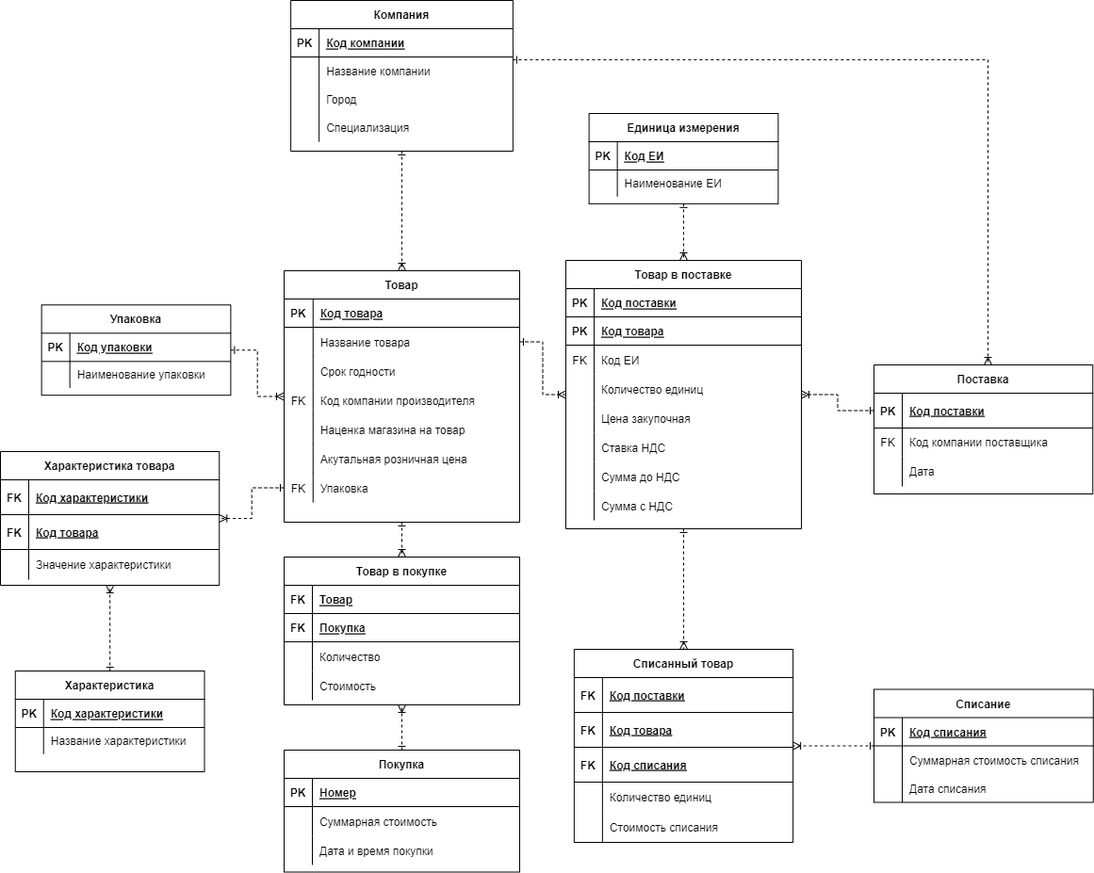
Before: КР_БД/БДКУРС.drawio.png, a diagram exported from draw.io (kuskas112/Labs). Source tidied: cells renumbered, new cells last; positions are measured from the earlier drawing's top-left corner, leaving out a move shared by most shapes.
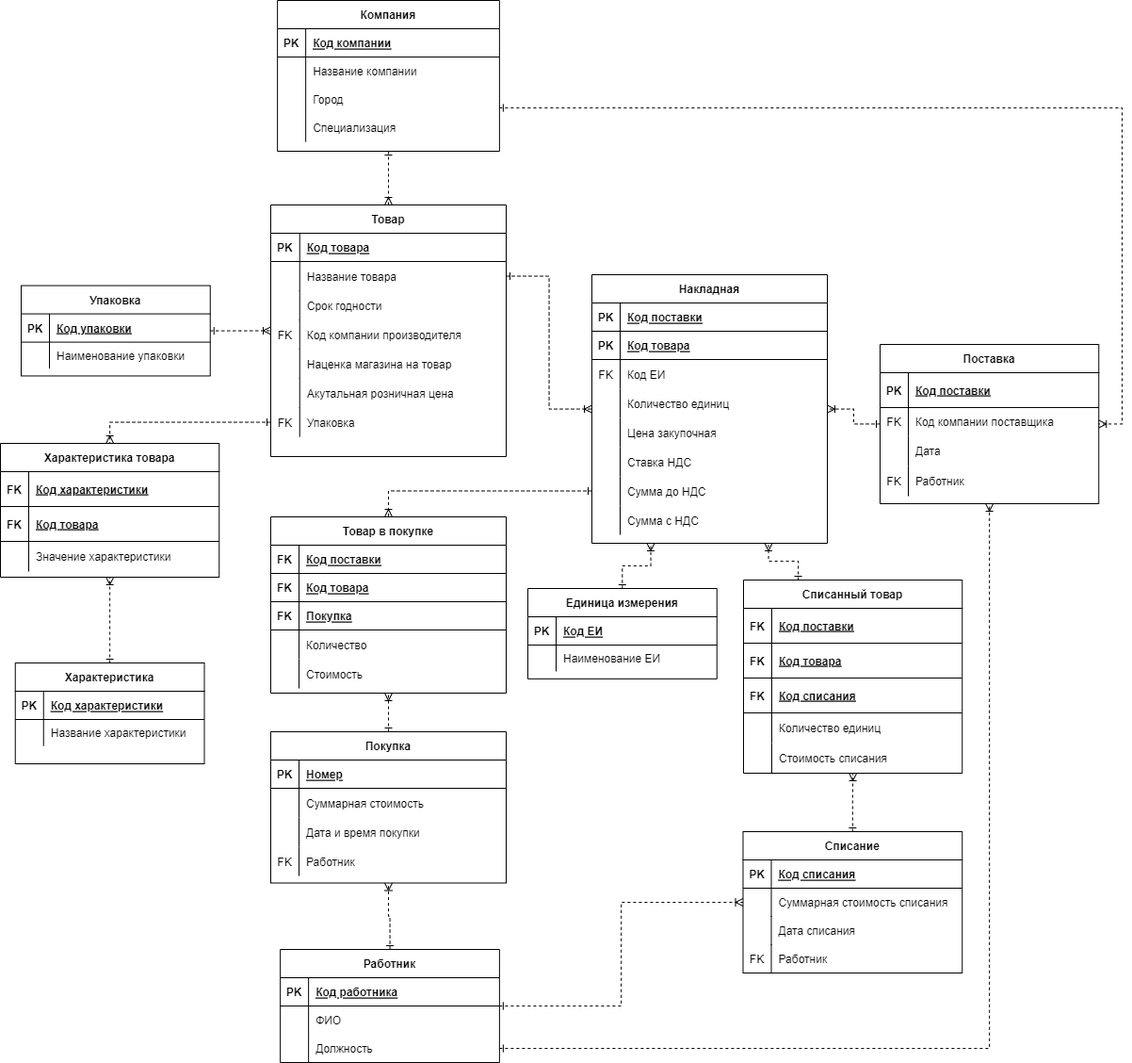
After the commit.

Change to the diagram source:
```diff
@@ -15,3 +15,3 @@
     <mxCell id="4" value="Компания" style="shape=table;startSize=30;rowLines=0;fontStyle=1;align=center;" parent="1" vertex="1">
-      <mxGeometry x="308.1" width="235.8" height="160" as="geometry" />
+      <mxGeometry x="151.1" y="-51" width="235.8" height="160" as="geometry" />
     </mxCell>
@@ -53,3 +53,3 @@
     </mxCell>
-    <mxCell id="17" style="edgeStyle=orthogonalEdgeStyle;rounded=0;jettySize=auto;html=1;dashed=1;strokeColor=default;align=center;verticalAlign=middle;fontFamily=Helvetica;fontSize=11;fontColor=default;labelBackgroundColor=default;startArrow=ERone;startFill=0;endArrow=ERoneToMany;endFill=0;" parent="1" edge="1" source="18" target="132">
+    <mxCell id="17" style="edgeStyle=orthogonalEdgeStyle;rounded=0;jettySize=auto;html=1;dashed=1;strokeColor=default;align=center;verticalAlign=middle;fontFamily=Helvetica;fontSize=11;fontColor=default;labelBackgroundColor=default;startArrow=ERone;startFill=0;endArrow=ERoneToMany;endFill=0;exitX=0;exitY=0.5;exitDx=0;exitDy=0;" parent="1" edge="1" source="108" target="132">
       <mxGeometry relative="1" as="geometry" />
@@ -57,3 +57,3 @@
     <mxCell id="18" value="Товар" style="shape=table;startSize=30;rowLines=0;fontStyle=1;align=center;" parent="1" vertex="1">
-      <mxGeometry x="301" y="287" width="250" height="267" as="geometry" />
+      <mxGeometry x="144" y="166" width="250" height="267" as="geometry" />
     </mxCell>
@@ -123,3 +123,3 @@
     <mxCell id="40" value="Поставка" style="shape=table;startSize=30;rowLines=0;fontStyle=1;align=center;" parent="1" vertex="1">
-      <mxGeometry x="927" y="387" width="232.2" height="137" as="geometry" />
+      <mxGeometry x="791" y="314" width="232.2" height="169" as="geometry" />
     </mxCell>
@@ -152,4 +152,13 @@
     </mxCell>
+    <mxCell id="164" style="shape=partialRectangle;fillColor=none;top=0;left=0;right=0;bottom=0;" parent="40" vertex="1">
+      <mxGeometry y="129" width="232.2" height="32" as="geometry" />
+    </mxCell>
+    <mxCell id="165" value="FK" style="shape=partialRectangle;overflow=hidden;fillColor=none;top=0;left=0;bottom=0;right=0;" parent="164" vertex="1">
+      <mxGeometry width="30" height="32" as="geometry" />
+    </mxCell>
+    <mxCell id="166" value="Работник" style="shape=partialRectangle;overflow=hidden;fillColor=none;top=0;left=0;bottom=0;right=0;align=left;spacingLeft=6;" parent="164" vertex="1">
+      <mxGeometry x="30" width="202.2" height="32" as="geometry" />
+    </mxCell>
     <mxCell id="50" value="Единица измерения" style="shape=table;startSize=30;rowLines=0;fontStyle=1;align=center;" parent="1" vertex="1">
-      <mxGeometry x="624.6" y="120" width="200.8" height="95.9" as="geometry" />
+      <mxGeometry x="417" y="573" width="200.8" height="95.9" as="geometry" />
     </mxCell>
@@ -173,3 +182,3 @@
     </mxCell>
-    <mxCell id="57" style="edgeStyle=orthogonalEdgeStyle;rounded=0;jettySize=auto;html=1;endArrow=ERoneToMany;endFill=0;startArrow=ERone;startFill=0;dashed=1;" parent="1" edge="1" source="50" target="89">
+    <mxCell id="57" style="edgeStyle=orthogonalEdgeStyle;rounded=0;jettySize=auto;html=1;endArrow=ERoneToMany;endFill=0;startArrow=ERone;startFill=0;dashed=1;entryX=0.25;entryY=1;entryDx=0;entryDy=0;" parent="1" edge="1" source="50" target="89">
       <mxGeometry relative="1" as="geometry" />
@@ -180,3 +189,3 @@
     <mxCell id="59" value="Покупка" style="shape=table;startSize=30;rowLines=0;fontStyle=1;align=center;" parent="1" vertex="1">
-      <mxGeometry x="301" y="796" width="250" height="129.5" as="geometry" />
+      <mxGeometry x="144" y="725" width="250" height="160.5" as="geometry" />
     </mxCell>
@@ -209,2 +218,11 @@
     </mxCell>
+    <mxCell id="167" style="shape=partialRectangle;fillColor=none;top=0;left=0;right=0;bottom=0;" parent="59" vertex="1">
+      <mxGeometry y="122" width="250" height="31" as="geometry" />
+    </mxCell>
+    <mxCell id="168" value="FK" style="shape=partialRectangle;overflow=hidden;fillColor=none;top=0;left=0;bottom=0;right=0;" parent="167" vertex="1">
+      <mxGeometry width="30" height="31" as="geometry" />
+    </mxCell>
+    <mxCell id="169" value="Работник" style="shape=partialRectangle;overflow=hidden;fillColor=none;top=0;left=0;bottom=0;right=0;align=left;spacingLeft=6;" parent="167" vertex="1">
+      <mxGeometry x="30" width="220" height="31" as="geometry" />
+    </mxCell>
     <mxCell id="69" style="edgeStyle=orthogonalEdgeStyle;rounded=0;jettySize=auto;html=1;dashed=1;strokeColor=default;align=center;verticalAlign=middle;fontFamily=Helvetica;fontSize=11;fontColor=default;labelBackgroundColor=default;startArrow=ERone;startFill=0;endArrow=ERoneToMany;endFill=0;" parent="1" edge="1" source="70" target="116">
@@ -213,3 +231,3 @@
     <mxCell id="70" value="Списание" style="shape=table;startSize=30;rowLines=0;fontStyle=1;align=center;" parent="1" vertex="1">
-      <mxGeometry x="927" y="731.5" width="232.8" height="120" as="geometry" />
+      <mxGeometry x="645.5" y="831" width="232.8" height="150" as="geometry" />
     </mxCell>
@@ -242,2 +260,11 @@
     </mxCell>
+    <mxCell id="170" style="shape=partialRectangle;fillColor=none;top=0;left=0;right=0;bottom=0;" parent="70" vertex="1">
+      <mxGeometry y="120" width="232.8" height="30" as="geometry" />
+    </mxCell>
+    <mxCell id="171" value="FK" style="shape=partialRectangle;overflow=hidden;fillColor=none;top=0;left=0;bottom=0;right=0;" parent="170" vertex="1">
+      <mxGeometry width="30" height="30" as="geometry" />
+    </mxCell>
+    <mxCell id="172" value="Работник" style="shape=partialRectangle;overflow=hidden;fillColor=none;top=0;left=0;bottom=0;right=0;align=left;spacingLeft=6;" parent="170" vertex="1">
+      <mxGeometry x="30" width="202.8" height="30" as="geometry" />
+    </mxCell>
     <mxCell id="80" style="edgeStyle=orthogonalEdgeStyle;rounded=0;jettySize=auto;html=1;dashed=1;strokeColor=default;align=center;verticalAlign=middle;fontFamily=Helvetica;fontSize=11;fontColor=default;labelBackgroundColor=default;startArrow=ERone;startFill=0;endArrow=ERoneToMany;endFill=0;" parent="1" edge="1" source="81" target="18">
@@ -246,3 +273,3 @@
     <mxCell id="81" value="Упаковка" style="shape=table;startSize=30;rowLines=0;fontStyle=1;align=center;" parent="1" vertex="1">
-      <mxGeometry x="43.6" y="323.3" width="200.8" height="95.9" as="geometry" />
+      <mxGeometry x="-121" y="251.6" width="200.8" height="95.9" as="geometry" />
     </mxCell>
@@ -266,7 +293,4 @@
     </mxCell>
-    <mxCell id="88" style="edgeStyle=orthogonalEdgeStyle;rounded=0;jettySize=auto;html=1;exitX=0.5;exitY=1;exitDx=0;exitDy=0;dashed=1;strokeColor=default;align=center;verticalAlign=middle;fontFamily=Helvetica;fontSize=11;fontColor=default;labelBackgroundColor=default;startArrow=ERone;startFill=0;endArrow=ERoneToMany;endFill=0;" parent="1" edge="1" source="89" target="116">
-      <mxGeometry relative="1" as="geometry" />
-    </mxCell>
-    <mxCell id="89" value="Товар в поставке" style="shape=table;startSize=30;rowLines=0;fontStyle=1;align=center;" parent="1" vertex="1">
-      <mxGeometry x="600" y="276" width="250" height="285" as="geometry" />
+    <mxCell id="89" value="Накладная" style="shape=table;startSize=30;rowLines=0;fontStyle=1;align=center;" parent="1" vertex="1">
+      <mxGeometry x="485" y="240" width="250" height="285" as="geometry" />
     </mxCell>
@@ -347,7 +371,10 @@
     </mxCell>
-    <mxCell id="115" style="edgeStyle=orthogonalEdgeStyle;rounded=0;jettySize=auto;html=1;exitX=0;exitY=0.5;exitDx=0;exitDy=0;dashed=1;strokeColor=default;align=center;verticalAlign=middle;fontFamily=Helvetica;fontSize=11;fontColor=default;labelBackgroundColor=default;startArrow=ERone;startFill=0;endArrow=ERoneToMany;endFill=0;" parent="1" edge="1" source="41" target="89">
+    <mxCell id="115" style="edgeStyle=orthogonalEdgeStyle;rounded=0;jettySize=auto;html=1;dashed=1;strokeColor=default;align=center;verticalAlign=middle;fontFamily=Helvetica;fontSize=11;fontColor=default;labelBackgroundColor=default;startArrow=ERone;startFill=0;endArrow=ERoneToMany;endFill=0;" parent="1" edge="1" source="40" target="89">
       <mxGeometry relative="1" as="geometry" />
     </mxCell>
+    <mxCell id="173" style="edgeStyle=orthogonalEdgeStyle;rounded=0;jettySize=auto;html=1;entryX=0.75;entryY=1;entryDx=0;entryDy=0;dashed=1;strokeColor=default;align=center;verticalAlign=middle;fontFamily=Helvetica;fontSize=11;fontColor=default;labelBackgroundColor=default;startArrow=ERone;startFill=0;endArrow=ERoneToMany;endFill=0;exitX=0.25;exitY=0;exitDx=0;exitDy=0;" parent="1" edge="1" source="116" target="89">
+      <mxGeometry relative="1" as="geometry" />
+    </mxCell>
     <mxCell id="116" value="Списанный товар" style="shape=table;startSize=30;rowLines=0;fontStyle=1;align=center;" parent="1" vertex="1">
-      <mxGeometry x="608.9" y="689" width="232.2" height="205" as="geometry" />
+      <mxGeometry x="646" y="564" width="232.2" height="205" as="geometry" />
     </mxCell>
@@ -398,43 +425,4 @@
     </mxCell>
-    <mxCell id="132" value="Товар в покупке" style="shape=table;startSize=30;rowLines=0;fontStyle=1;align=center;" parent="1" vertex="1">
-      <mxGeometry x="301" y="591" width="250" height="157" as="geometry" />
-    </mxCell>
-    <mxCell id="133" style="shape=partialRectangle;fillColor=none;top=0;left=0;right=0;bottom=1;" parent="132" vertex="1">
-      <mxGeometry y="30" width="250" height="30" as="geometry" />
-    </mxCell>
-    <mxCell id="134" value="FK" style="shape=partialRectangle;overflow=hidden;fillColor=none;top=0;left=0;bottom=0;right=0;fontStyle=1;" parent="133" vertex="1">
-      <mxGeometry width="30" height="30" as="geometry" />
-    </mxCell>
-    <mxCell id="135" value="Товар" style="shape=partialRectangle;overflow=hidden;fillColor=none;top=0;left=0;bottom=0;right=0;align=left;spacingLeft=6;fontStyle=5;" parent="133" vertex="1">
-      <mxGeometry x="30" width="220" height="30" as="geometry" />
-    </mxCell>
-    <mxCell id="136" style="shape=partialRectangle;fillColor=none;top=0;left=0;right=0;bottom=1;" parent="132" vertex="1">
-      <mxGeometry y="60" width="250" height="30" as="geometry" />
-    </mxCell>
-    <mxCell id="137" value="FK" style="shape=partialRectangle;overflow=hidden;fillColor=none;top=0;left=0;bottom=0;right=0;fontStyle=1;" parent="136" vertex="1">
-      <mxGeometry width="30" height="30" as="geometry" />
-    </mxCell>
-    <mxCell id="138" value="Покупка" style="shape=partialRectangle;overflow=hidden;fillColor=none;top=0;left=0;bottom=0;right=0;align=left;spacingLeft=6;fontStyle=5;" parent="136" vertex="1">
-      <mxGeometry x="30" width="220" height="30" as="geometry" />
-    </mxCell>
-    <mxCell id="139" style="shape=partialRectangle;fillColor=none;top=0;left=0;right=0;bottom=0;" parent="132" vertex="1">
-      <mxGeometry y="90" width="250" height="31" as="geometry" />
-    </mxCell>
-    <mxCell id="140" style="shape=partialRectangle;overflow=hidden;fillColor=none;top=0;left=0;bottom=0;right=0;" parent="139" vertex="1">
-      <mxGeometry width="30" height="31" as="geometry" />
-    </mxCell>
-    <mxCell id="141" value="Количество" style="shape=partialRectangle;overflow=hidden;fillColor=none;top=0;left=0;bottom=0;right=0;align=left;spacingLeft=6;" parent="139" vertex="1">
-      <mxGeometry x="30" width="220" height="31" as="geometry" />
-    </mxCell>
-    <mxCell id="142" style="shape=partialRectangle;fillColor=none;top=0;left=0;right=0;bottom=0;" parent="132" vertex="1">
-      <mxGeometry y="121" width="250" height="31" as="geometry" />
-    </mxCell>
-    <mxCell id="143" style="shape=partialRectangle;overflow=hidden;fillColor=none;top=0;left=0;bottom=0;right=0;" parent="142" vertex="1">
-      <mxGeometry width="30" height="31" as="geometry" />
-    </mxCell>
-    <mxCell id="144" value="Стоимость" style="shape=partialRectangle;overflow=hidden;fillColor=none;top=0;left=0;bottom=0;right=0;align=left;spacingLeft=6;" parent="142" vertex="1">
-      <mxGeometry x="30" width="220" height="31" as="geometry" />
-    </mxCell>
     <mxCell id="145" value="Характеристика" style="shape=table;startSize=30;rowLines=0;fontStyle=1;align=center;" parent="1" vertex="1">
-      <mxGeometry x="15.8" y="712" width="200.8" height="107" as="geometry" />
+      <mxGeometry x="-127.2" y="652" width="200.8" height="107" as="geometry" />
     </mxCell>
@@ -459,3 +447,3 @@
     <mxCell id="152" value="Характеристика товара" style="shape=table;startSize=30;rowLines=0;fontStyle=1;align=center;" parent="1" vertex="1">
-      <mxGeometry y="479" width="232.2" height="142" as="geometry" />
+      <mxGeometry x="-143" y="419" width="232.2" height="142" as="geometry" />
     </mxCell>
@@ -494,2 +482,89 @@
     </mxCell>
+    <mxCell id="174" style="edgeStyle=orthogonalEdgeStyle;rounded=0;jettySize=auto;html=1;dashed=1;strokeColor=default;align=center;verticalAlign=middle;fontFamily=Helvetica;fontSize=11;fontColor=default;labelBackgroundColor=default;startArrow=ERone;startFill=0;endArrow=ERoneToMany;endFill=0;" parent="1" edge="1" source="176" target="59">
+      <mxGeometry relative="1" as="geometry" />
+    </mxCell>
+    <mxCell id="175" style="edgeStyle=orthogonalEdgeStyle;rounded=0;jettySize=auto;html=1;dashed=1;strokeColor=default;align=center;verticalAlign=middle;fontFamily=Helvetica;fontSize=11;fontColor=default;labelBackgroundColor=default;startArrow=ERone;startFill=0;endArrow=ERoneToMany;endFill=0;" parent="1" edge="1" source="176" target="70">
+      <mxGeometry relative="1" as="geometry" />
+    </mxCell>
+    <mxCell id="176" value="Работник" style="shape=table;startSize=30;rowLines=0;fontStyle=1;align=center;" parent="1" vertex="1">
+      <mxGeometry x="154.1" y="956" width="232.8" height="120" as="geometry" />
+    </mxCell>
+    <mxCell id="177" style="shape=partialRectangle;fillColor=none;top=0;left=0;right=0;bottom=1;" parent="176" vertex="1">
+      <mxGeometry y="30" width="232.8" height="30" as="geometry" />
+    </mxCell>
+    <mxCell id="178" value="PK" style="shape=partialRectangle;overflow=hidden;fillColor=none;top=0;left=0;bottom=0;right=0;fontStyle=1;" parent="177" vertex="1">
+      <mxGeometry width="30" height="30" as="geometry" />
+    </mxCell>
+    <mxCell id="179" value="Код работника" style="shape=partialRectangle;overflow=hidden;fillColor=none;top=0;left=0;bottom=0;right=0;align=left;spacingLeft=6;fontStyle=5;" parent="177" vertex="1">
+      <mxGeometry x="30" width="202.8" height="30" as="geometry" />
+    </mxCell>
+    <mxCell id="180" style="shape=partialRectangle;fillColor=none;top=0;left=0;right=0;bottom=0;" parent="176" vertex="1">
+      <mxGeometry y="60" width="232.8" height="30" as="geometry" />
+    </mxCell>
+    <mxCell id="181" style="shape=partialRectangle;overflow=hidden;fillColor=none;top=0;left=0;bottom=0;right=0;" parent="180" vertex="1">
+      <mxGeometry width="30" height="30" as="geometry" />
+    </mxCell>
+    <mxCell id="182" value="ФИО" style="shape=partialRectangle;overflow=hidden;fillColor=none;top=0;left=0;bottom=0;right=0;align=left;spacingLeft=6;" parent="180" vertex="1">
+      <mxGeometry x="30" width="202.8" height="30" as="geometry" />
+    </mxCell>
+    <mxCell id="183" style="shape=partialRectangle;fillColor=none;points=[[0,0.5],[1,0.5]];portConstraint=eastwest;top=0;left=0;right=0;bottom=0;" parent="176" vertex="1">
+      <mxGeometry y="90" width="232.8" height="30" as="geometry" />
+    </mxCell>
+    <mxCell id="184" style="shape=partialRectangle;overflow=hidden;fillColor=none;top=0;left=0;bottom=0;right=0;" parent="183" vertex="1">
+      <mxGeometry width="30" height="30" as="geometry" />
+    </mxCell>
+    <mxCell id="185" value="Должность" style="shape=partialRectangle;overflow=hidden;fillColor=none;top=0;left=0;bottom=0;right=0;align=left;spacingLeft=6;" parent="183" vertex="1">
+      <mxGeometry x="30" width="202.8" height="30" as="geometry" />
+    </mxCell>
+    <mxCell id="186" style="edgeStyle=orthogonalEdgeStyle;rounded=0;jettySize=auto;html=1;exitX=1;exitY=0.5;exitDx=0;exitDy=0;dashed=1;strokeColor=default;align=center;verticalAlign=middle;fontFamily=Helvetica;fontSize=11;fontColor=default;labelBackgroundColor=default;startArrow=ERone;startFill=0;endArrow=ERoneToMany;endFill=0;" parent="1" edge="1" source="183" target="40">
+      <mxGeometry relative="1" as="geometry" />
+    </mxCell>
+    <mxCell id="132" value="Товар в покупке" style="shape=table;startSize=30;rowLines=0;fontStyle=1;align=center;" parent="1" vertex="1">
+      <mxGeometry x="144" y="497" width="250" height="187" as="geometry" />
+    </mxCell>
+    <mxCell id="133" style="shape=partialRectangle;fillColor=none;top=0;left=0;right=0;bottom=1;" parent="132" vertex="1">
+      <mxGeometry y="30" width="250" height="30" as="geometry" />
+    </mxCell>
+    <mxCell id="134" value="FK" style="shape=partialRectangle;overflow=hidden;fillColor=none;top=0;left=0;bottom=0;right=0;fontStyle=1;" parent="133" vertex="1">
+      <mxGeometry width="30" height="30" as="geometry" />
+    </mxCell>
+    <mxCell id="135" value="Код поставки" style="shape=partialRectangle;overflow=hidden;fillColor=none;top=0;left=0;bottom=0;right=0;align=left;spacingLeft=6;fontStyle=5;" parent="133" vertex="1">
+      <mxGeometry x="30" width="220" height="30" as="geometry" />
+    </mxCell>
+    <mxCell id="187" style="shape=partialRectangle;fillColor=none;top=0;left=0;right=0;bottom=1;" parent="132" vertex="1">
+      <mxGeometry y="60" width="250" height="30" as="geometry" />
+    </mxCell>
+    <mxCell id="188" value="FK" style="shape=partialRectangle;overflow=hidden;fillColor=none;top=0;left=0;bottom=0;right=0;fontStyle=1;" parent="187" vertex="1">
+      <mxGeometry width="30" height="30" as="geometry" />
+    </mxCell>
+    <mxCell id="189" value="Код товара" style="shape=partialRectangle;overflow=hidden;fillColor=none;top=0;left=0;bottom=0;right=0;align=left;spacingLeft=6;fontStyle=5;" parent="187" vertex="1">
+      <mxGeometry x="30" width="220" height="30" as="geometry" />
+    </mxCell>
+    <mxCell id="136" style="shape=partialRectangle;fillColor=none;top=0;left=0;right=0;bottom=1;" parent="132" vertex="1">
+      <mxGeometry y="90" width="250" height="30" as="geometry" />
+    </mxCell>
+    <mxCell id="137" value="FK" style="shape=partialRectangle;overflow=hidden;fillColor=none;top=0;left=0;bottom=0;right=0;fontStyle=1;" parent="136" vertex="1">
+      <mxGeometry width="30" height="30" as="geometry" />
+    </mxCell>
+    <mxCell id="138" value="Покупка" style="shape=partialRectangle;overflow=hidden;fillColor=none;top=0;left=0;bottom=0;right=0;align=left;spacingLeft=6;fontStyle=5;" parent="136" vertex="1">
+      <mxGeometry x="30" width="220" height="30" as="geometry" />
+    </mxCell>
+    <mxCell id="139" style="shape=partialRectangle;fillColor=none;top=0;left=0;right=0;bottom=0;" parent="132" vertex="1">
+      <mxGeometry y="120" width="250" height="31" as="geometry" />
+    </mxCell>
+    <mxCell id="140" style="shape=partialRectangle;overflow=hidden;fillColor=none;top=0;left=0;bottom=0;right=0;" parent="139" vertex="1">
+      <mxGeometry width="30" height="31" as="geometry" />
+    </mxCell>
+    <mxCell id="141" value="Количество" style="shape=partialRectangle;overflow=hidden;fillColor=none;top=0;left=0;bottom=0;right=0;align=left;spacingLeft=6;" parent="139" vertex="1">
+      <mxGeometry x="30" width="220" height="31" as="geometry" />
+    </mxCell>
+    <mxCell id="142" style="shape=partialRectangle;fillColor=none;top=0;left=0;right=0;bottom=0;" parent="132" vertex="1">
+      <mxGeometry y="151" width="250" height="31" as="geometry" />
+    </mxCell>
+    <mxCell id="143" style="shape=partialRectangle;overflow=hidden;fillColor=none;top=0;left=0;bottom=0;right=0;" parent="142" vertex="1">
+      <mxGeometry width="30" height="31" as="geometry" />
+    </mxCell>
+    <mxCell id="144" value="Стоимость" style="shape=partialRectangle;overflow=hidden;fillColor=none;top=0;left=0;bottom=0;right=0;align=left;spacingLeft=6;" parent="142" vertex="1">
+      <mxGeometry x="30" width="220" height="31" as="geometry" />
+    </mxCell>
   </root>
```
